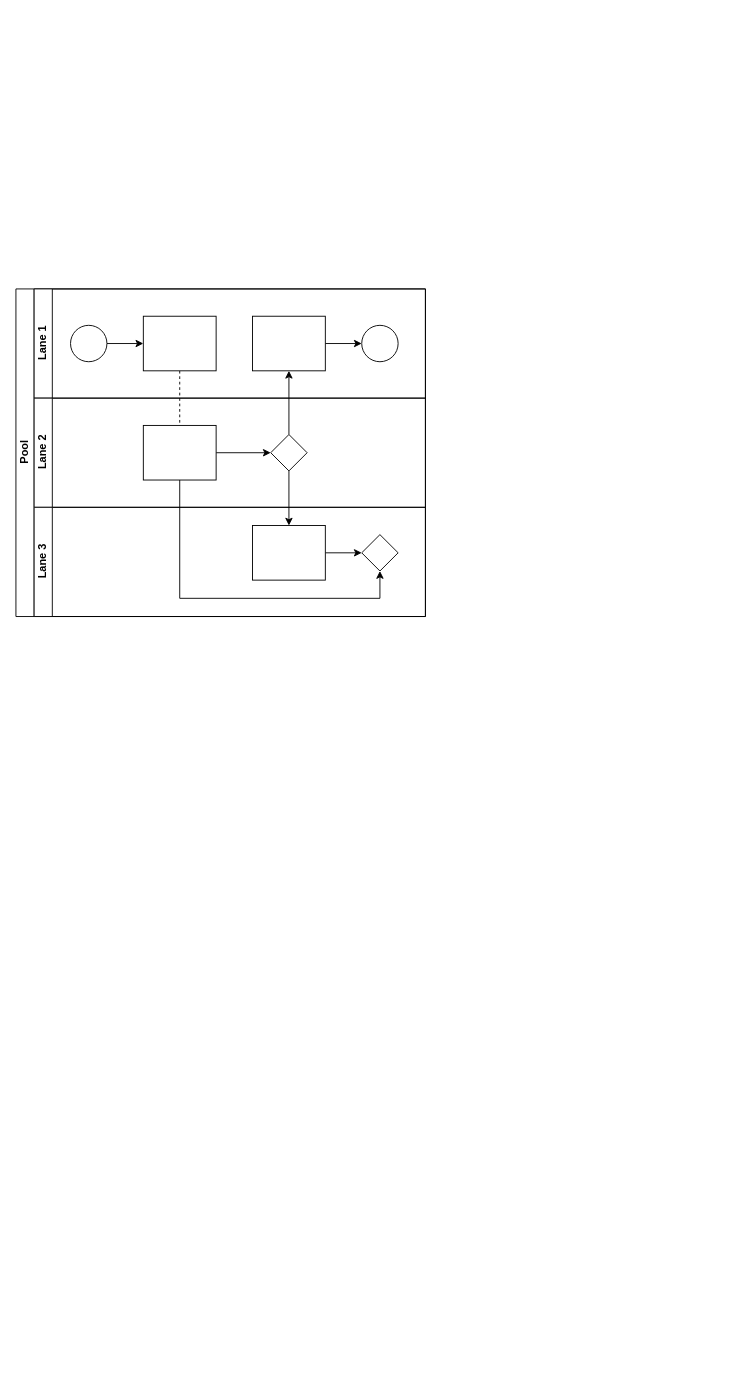
Before: Untitled Diagram.drawio in hsbrg/first, a draw.io diagram. Source tidied: cells renumbered, new cells numbered last; positions are measured from the earlier drawing's top-left corner, leaving out a move shared by most shapes. Both pictures are drawn from the tidied source at 91%, with x=0, y=0 at pixel (15, 288).
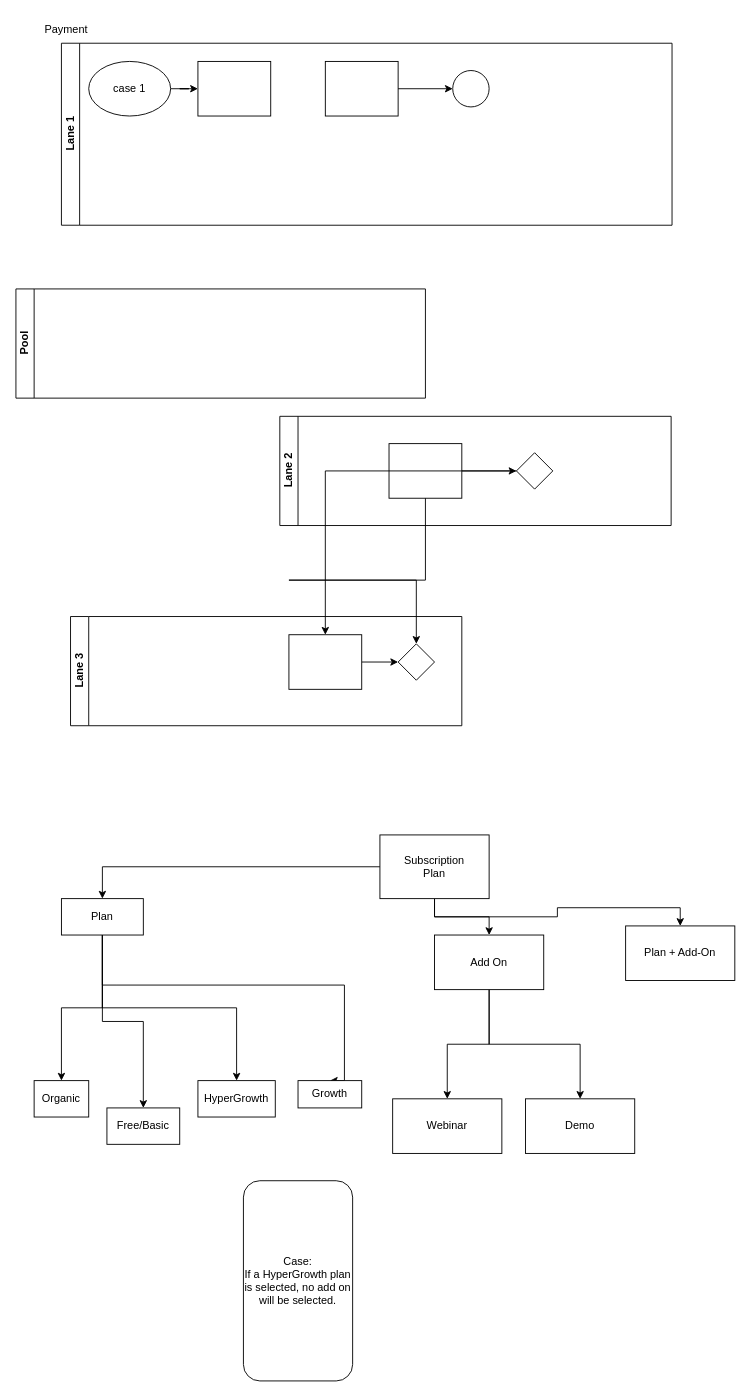
After the change.

The change refers to these unchanged cells:
```xml
<mxCell id="16" style="rounded=0;whiteSpace=wrap;html=1;fontFamily=Helvetica;fontSize=12;fontColor=#000000;align=center;" parent="14" vertex="1">
  <mxGeometry x="120" y="30" width="80" height="60" as="geometry" />
</mxCell>
<mxCell id="17" style="rhombus;whiteSpace=wrap;html=1;fontFamily=Helvetica;fontSize=12;fontColor=#000000;align=center;" parent="14" vertex="1">
  <mxGeometry x="260" y="40" width="40" height="40" as="geometry" />
</mxCell>
<mxCell id="20" style="rounded=0;whiteSpace=wrap;html=1;fontFamily=Helvetica;fontSize=12;fontColor=#000000;align=center;" parent="18" vertex="1">
  <mxGeometry x="240" y="20" width="80" height="60" as="geometry" />
</mxCell>
<mxCell id="21" style="rhombus;whiteSpace=wrap;html=1;fontFamily=Helvetica;fontSize=12;fontColor=#000000;align=center;" parent="18" vertex="1">
  <mxGeometry x="360" y="30" width="40" height="40" as="geometry" />
</mxCell>
```

What changed in the source:
```diff
@@
     <mxCell id="2" value="Pool" style="swimlane;html=1;horizontal=0;startSize=20;" parent="1" vertex="1">
-      <mxGeometry width="450" height="360" as="geometry" />
+      <mxGeometry width="450" height="120" as="geometry" />
     </mxCell>
-    <mxCell id="3" style="edgeStyle=orthogonalEdgeStyle;rounded=0;jettySize=auto;html=1;dashed=1;endArrow=none;endFill=0;" parent="2" edge="1" source="10" target="16">
-      <mxGeometry relative="1" as="geometry" />
-    </mxCell>
-    <mxCell id="4" style="edgeStyle=orthogonalEdgeStyle;rounded=0;jettySize=auto;html=1;endArrow=classic;endFill=1;" parent="2" edge="1" source="17" target="12">
-      <mxGeometry relative="1" as="geometry" />
-    </mxCell>
-    <mxCell id="5" style="edgeStyle=orthogonalEdgeStyle;rounded=0;jettySize=auto;html=1;endArrow=classic;endFill=1;" parent="2" edge="1" source="17" target="20">
-      <mxGeometry relative="1" as="geometry" />
-    </mxCell>
-    <mxCell id="6" style="edgeStyle=orthogonalEdgeStyle;rounded=0;jettySize=auto;html=1;endArrow=classic;endFill=1;" parent="2" edge="1" source="16" target="21">
-      <mxGeometry relative="1" as="geometry">
-        <Array as="points">
-          <mxPoint x="180" y="340" />
-          <mxPoint x="400" y="340" />
-        </Array>
-      </mxGeometry>
-    </mxCell>
-    <mxCell id="7" value="Lane 1" style="swimlane;html=1;startSize=20;horizontal=0;" parent="2" vertex="1">
-      <mxGeometry x="20" width="430" height="120" as="geometry" />
+    <mxCell id="7" value="Lane 1" style="swimlane;html=1;startSize=20;horizontal=0;" parent="1" vertex="1">
+      <mxGeometry x="50" y="-270" width="671" height="200" as="geometry" />
     </mxCell>
@@
-    <mxCell id="9" style="ellipse;whiteSpace=wrap;html=1;" parent="7" vertex="1">
-      <mxGeometry x="40" y="40" width="40" height="40" as="geometry" />
+    <mxCell id="9" value="case 1" style="ellipse;whiteSpace=wrap;html=1;" parent="7" vertex="1">
+      <mxGeometry x="30" y="20" width="90" height="60" as="geometry" />
     </mxCell>
     <mxCell id="10" style="rounded=0;whiteSpace=wrap;html=1;fontFamily=Helvetica;fontSize=12;fontColor=#000000;align=center;" parent="7" vertex="1">
-      <mxGeometry x="120" y="30" width="80" height="60" as="geometry" />
+      <mxGeometry x="150" y="20" width="80" height="60" as="geometry" />
     </mxCell>
-    <mxCell id="11" style="edgeStyle=orthogonalEdgeStyle;rounded=0;jettySize=auto;html=1;endArrow=classic;endFill=1;" parent="7" edge="1" source="12" target="13">
-      <mxGeometry relative="1" as="geometry" />
-    </mxCell>
     <mxCell id="12" style="rounded=0;whiteSpace=wrap;html=1;fontFamily=Helvetica;fontSize=12;fontColor=#000000;align=center;" parent="7" vertex="1">
-      <mxGeometry x="240" y="30" width="80" height="60" as="geometry" />
+      <mxGeometry x="290" y="20" width="80" height="60" as="geometry" />
     </mxCell>
     <mxCell id="13" style="ellipse;whiteSpace=wrap;html=1;" parent="7" vertex="1">
-      <mxGeometry x="360" y="40" width="40" height="40" as="geometry" />
+      <mxGeometry x="430" y="30" width="40" height="40" as="geometry" />
     </mxCell>
+    <mxCell id="11" style="edgeStyle=orthogonalEdgeStyle;rounded=0;jettySize=auto;html=1;endArrow=classic;endFill=1;" parent="7" edge="1" source="12" target="13">
+      <mxGeometry relative="1" as="geometry" />
+    </mxCell>
-    <mxCell id="14" value="Lane 2" style="swimlane;html=1;startSize=20;horizontal=0;" parent="2" vertex="1">
-      <mxGeometry x="20" y="120" width="430" height="120" as="geometry" />
+    <mxCell id="14" value="Lane 2" style="swimlane;html=1;startSize=20;horizontal=0;" parent="1" vertex="1">
+      <mxGeometry x="290" y="140" width="430" height="120" as="geometry" />
     </mxCell>
@@
+    <mxCell id="6" style="edgeStyle=orthogonalEdgeStyle;rounded=0;jettySize=auto;html=1;endArrow=classic;endFill=1;" parent="1" edge="1" source="16" target="21">
+      <mxGeometry relative="1" as="geometry">
+        <Array as="points">
+          <mxPoint x="300" y="320" />
+          <mxPoint x="520" y="320" />
+        </Array>
+      </mxGeometry>
+    </mxCell>
+    <mxCell id="5" style="edgeStyle=orthogonalEdgeStyle;rounded=0;jettySize=auto;html=1;endArrow=classic;endFill=1;" parent="1" edge="1" source="17" target="20">
+      <mxGeometry relative="1" as="geometry" />
+    </mxCell>
-    <mxCell id="18" value="Lane 3" style="swimlane;html=1;startSize=20;horizontal=0;" parent="2" vertex="1">
-      <mxGeometry x="20" y="240" width="430" height="120" as="geometry" />
+    <mxCell id="18" value="Lane 3" style="swimlane;html=1;startSize=20;horizontal=0;" parent="1" vertex="1">
+      <mxGeometry x="60" y="360" width="430" height="120" as="geometry" />
     </mxCell>
@@
+    <mxCell id="22" value="Payment&lt;br&gt;" style="text;html=1;align=center;verticalAlign=middle;strokeColor=none;fillColor=none;" parent="1" vertex="1">
+      <mxGeometry x="20" y="-300" width="70" height="30" as="geometry" />
+    </mxCell>
+    <mxCell id="23" value="Webinar" style="whiteSpace=wrap;html=1;" parent="1" vertex="1">
+      <mxGeometry x="414" y="890" width="120" height="60" as="geometry" />
+    </mxCell>
+    <mxCell id="24" value="Demo" style="whiteSpace=wrap;html=1;" parent="1" vertex="1">
+      <mxGeometry x="560" y="890" width="120" height="60" as="geometry" />
+    </mxCell>
+    <mxCell id="25" style="edgeStyle=orthogonalEdgeStyle;rounded=0;jettySize=auto;html=1;entryX=0.5;entryY=0;entryDx=0;entryDy=0;" parent="1" edge="1" source="28" target="33">
+      <mxGeometry relative="1" as="geometry" />
+    </mxCell>
+    <mxCell id="26" style="edgeStyle=orthogonalEdgeStyle;rounded=0;jettySize=auto;html=1;exitX=0.5;exitY=1;exitDx=0;exitDy=0;entryX=0.5;entryY=0;entryDx=0;entryDy=0;" parent="1" edge="1" source="28" target="36">
+      <mxGeometry relative="1" as="geometry" />
+    </mxCell>
+    <mxCell id="27" style="edgeStyle=orthogonalEdgeStyle;rounded=0;jettySize=auto;html=1;exitX=0.5;exitY=1;exitDx=0;exitDy=0;entryX=0.5;entryY=0;entryDx=0;entryDy=0;" parent="1" edge="1" source="28" target="39">
+      <mxGeometry relative="1" as="geometry" />
+    </mxCell>
+    <mxCell id="28" value="Subscription&lt;br&gt;Plan" style="whiteSpace=wrap;html=1;" parent="1" vertex="1">
+      <mxGeometry x="400" y="600" width="120" height="70" as="geometry" />
+    </mxCell>
+    <mxCell id="29" style="edgeStyle=orthogonalEdgeStyle;rounded=0;jettySize=auto;html=1;entryX=0.5;entryY=0;entryDx=0;entryDy=0;" parent="1" edge="1" source="33" target="37">
+      <mxGeometry relative="1" as="geometry" />
+    </mxCell>
+    <mxCell id="30" style="edgeStyle=orthogonalEdgeStyle;rounded=0;jettySize=auto;html=1;exitX=0.5;exitY=1;exitDx=0;exitDy=0;entryX=0.5;entryY=0;entryDx=0;entryDy=0;" parent="1" edge="1" source="33" target="38">
+      <mxGeometry relative="1" as="geometry" />
+    </mxCell>
+    <mxCell id="31" style="edgeStyle=orthogonalEdgeStyle;rounded=0;jettySize=auto;html=1;exitX=0.5;exitY=1;exitDx=0;exitDy=0;entryX=0.5;entryY=0;entryDx=0;entryDy=0;" parent="1" edge="1" source="33" target="40">
+      <mxGeometry relative="1" as="geometry">
+        <Array as="points">
+          <mxPoint x="110" y="765" />
+          <mxPoint x="361" y="765" />
+          <mxPoint x="361" y="860" />
+        </Array>
+      </mxGeometry>
+    </mxCell>
+    <mxCell id="32" style="edgeStyle=orthogonalEdgeStyle;rounded=0;jettySize=auto;html=1;exitX=0.5;exitY=1;exitDx=0;exitDy=0;entryX=0.5;entryY=0;entryDx=0;entryDy=0;" parent="1" edge="1" source="33" target="41">
+      <mxGeometry relative="1" as="geometry" />
+    </mxCell>
+    <mxCell id="33" value="Plan" style="whiteSpace=wrap;html=1;" parent="1" vertex="1">
+      <mxGeometry x="50" y="670" width="90" height="40" as="geometry" />
+    </mxCell>
+    <mxCell id="34" style="edgeStyle=orthogonalEdgeStyle;rounded=0;jettySize=auto;html=1;entryX=0.5;entryY=0;entryDx=0;entryDy=0;exitX=0.5;exitY=1;exitDx=0;exitDy=0;" parent="1" edge="1" source="36" target="23">
+      <mxGeometry relative="1" as="geometry" />
+    </mxCell>
+    <mxCell id="35" style="edgeStyle=orthogonalEdgeStyle;rounded=0;jettySize=auto;html=1;exitX=0.5;exitY=1;exitDx=0;exitDy=0;" parent="1" edge="1" source="36" target="24">
+      <mxGeometry relative="1" as="geometry" />
+    </mxCell>
+    <mxCell id="36" value="Add On" style="whiteSpace=wrap;html=1;" parent="1" vertex="1">
+      <mxGeometry x="460" y="710" width="120" height="60" as="geometry" />
+    </mxCell>
+    <mxCell id="37" value="Organic" style="whiteSpace=wrap;html=1;" parent="1" vertex="1">
+      <mxGeometry x="20" y="870" width="60" height="40" as="geometry" />
+    </mxCell>
+    <mxCell id="38" value="HyperGrowth" style="whiteSpace=wrap;html=1;" parent="1" vertex="1">
+      <mxGeometry x="200" y="870" width="85" height="40" as="geometry" />
+    </mxCell>
+    <mxCell id="39" value="Plan + Add-On" style="whiteSpace=wrap;html=1;" parent="1" vertex="1">
+      <mxGeometry x="670" y="700" width="120" height="60" as="geometry" />
+    </mxCell>
+    <mxCell id="40" value="Growth&lt;br&gt;" style="whiteSpace=wrap;html=1;" parent="1" vertex="1">
+      <mxGeometry x="310" y="870" width="70" height="30" as="geometry" />
+    </mxCell>
+    <mxCell id="41" value="Free/Basic" style="whiteSpace=wrap;html=1;" parent="1" vertex="1">
+      <mxGeometry x="100" y="900" width="80" height="40" as="geometry" />
+    </mxCell>
+    <mxCell id="42" value="Case:&lt;br&gt;If a HyperGrowth plan is selected, no add on will be selected." style="rounded=1;whiteSpace=wrap;html=1;" parent="1" vertex="1">
+      <mxGeometry x="250" y="980" width="120" height="220" as="geometry" />
+    </mxCell>
```
